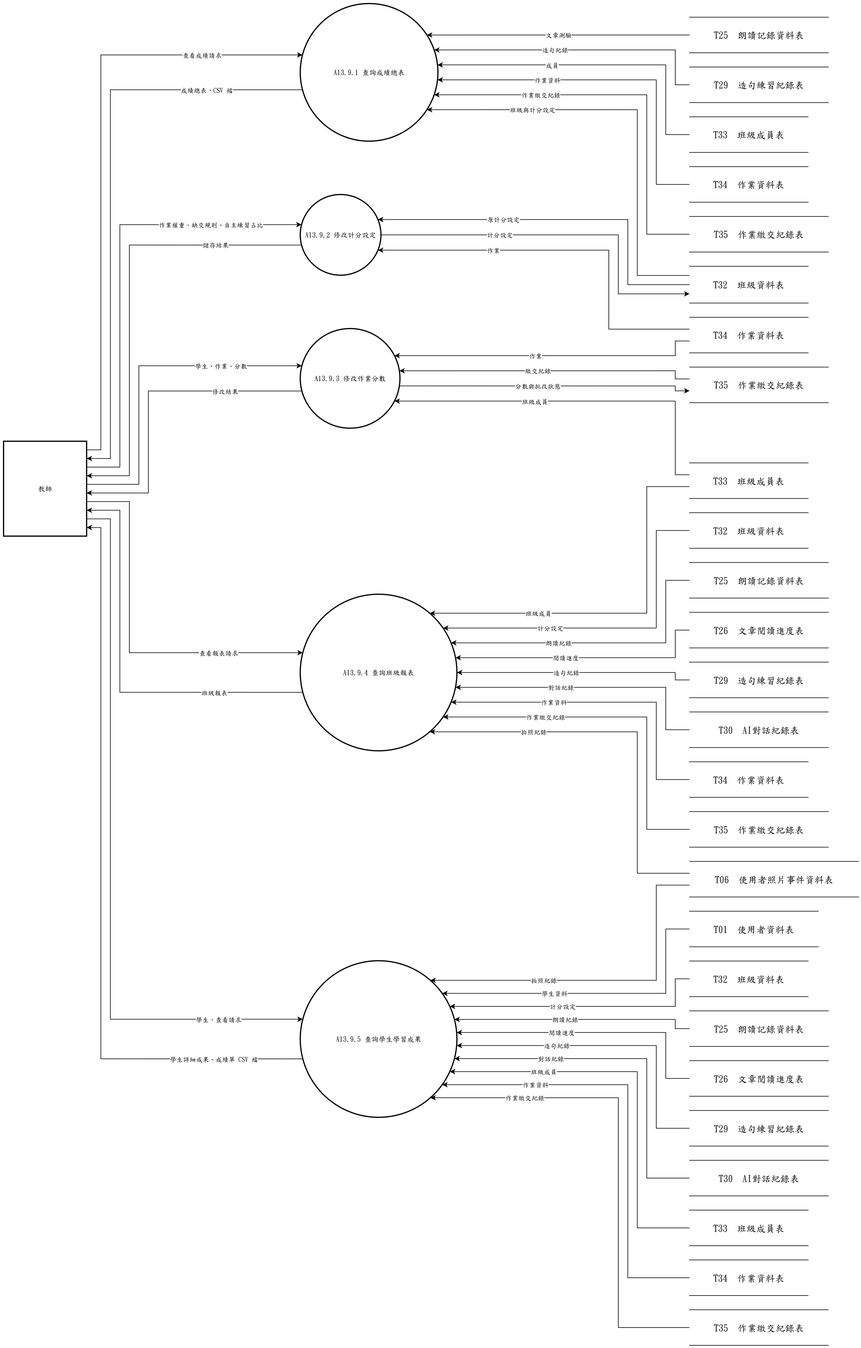
Before: 系統文件/第6章/DFD圖/圖13/圖13-9.drawio.png, a diagram exported from draw.io (s22452007/115502). Source tidied: cells renumbered, new cells last; positions are measured from the earlier drawing's top-left corner, leaving out a move shared by most shapes.
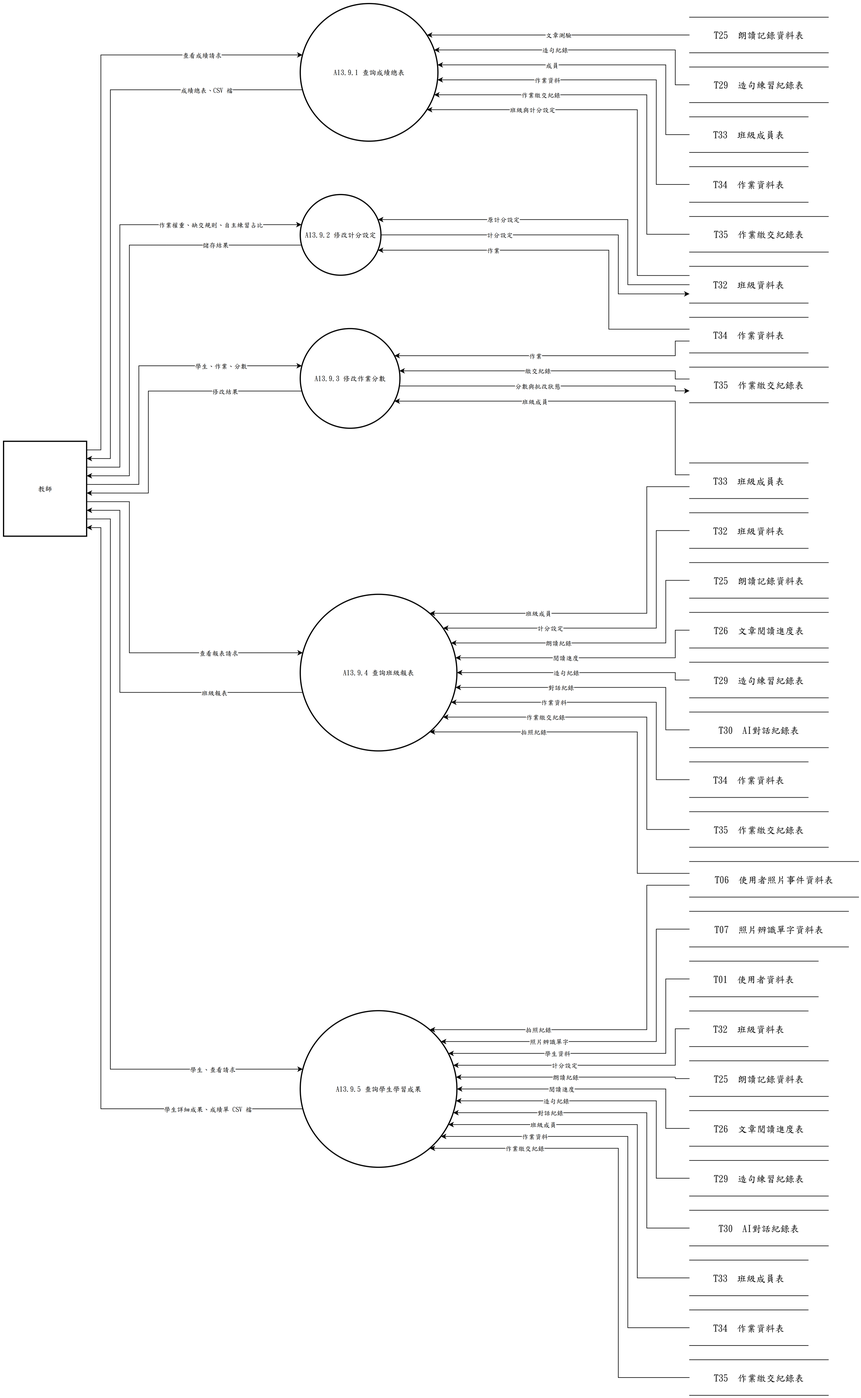
The same diagram one commit later.

Change to the diagram source:
```diff
@@ -15,7 +15,7 @@
       <mxGeometry x="500" y="996" width="264" height="264" as="geometry" />
     </mxCell>
     <mxCell id="6" value="A13.9.5 查詢學生學習成果" style="ellipse;strokeWidth=2;whiteSpace=wrap;html=1;fontFamily=標楷體;" parent="1" vertex="1">
-      <mxGeometry x="500" y="1614" width="264" height="264" as="geometry" />
+      <mxGeometry x="500" y="1698" width="264" height="264" as="geometry" />
     </mxCell>
     <mxCell id="7" value="教師" style="whiteSpace=wrap;strokeWidth=2;html=1;fontFamily=標楷體;" parent="1" vertex="1">
       <mxGeometry y="738" width="140" height="160" as="geometry" />
@@ -42,7 +42,7 @@
       <mxGeometry x="1156" y="443" width="200" height="62" as="geometry" />
     </mxCell>
     <mxCell id="15" value="T32  班級資料表" style="shape=partialRectangle;whiteSpace=wrap;html=1;left=0;right=0;fontFamily=標楷體;fontSize=16;" parent="1" vertex="1">
-      <mxGeometry x="1156" y="1614.5" width="200" height="60" as="geometry" />
+      <mxGeometry x="1156" y="1698.5" width="200" height="60" as="geometry" />
     </mxCell>
     <mxCell id="16" value="T32  班級資料表" style="shape=partialRectangle;whiteSpace=wrap;html=1;left=0;right=0;fontFamily=標楷體;fontSize=16;" parent="1" vertex="1">
       <mxGeometry x="1156" y="858.5" width="200" height="60" as="geometry" />
@@ -60,7 +60,7 @@
       <mxGeometry x="1156" y="942.5" width="234" height="60" as="geometry" />
     </mxCell>
     <mxCell id="21" value="T26  文章閱讀進度表" style="shape=partialRectangle;whiteSpace=wrap;html=1;left=0;right=0;fontFamily=標楷體;fontSize=16;" parent="1" vertex="1">
-      <mxGeometry x="1156" y="1782.5" width="234" height="60" as="geometry" />
+      <mxGeometry x="1156" y="1866.5" width="234" height="60" as="geometry" />
     </mxCell>
     <mxCell id="22" value="T29  造句練習紀錄表" style="shape=partialRectangle;whiteSpace=wrap;html=1;left=0;right=0;fontFamily=標楷體;fontSize=16;" parent="1" vertex="1">
       <mxGeometry x="1156" y="1110.5" width="234" height="60" as="geometry" />
@@ -69,7 +69,7 @@
       <mxGeometry x="1156" y="1194.5" width="234" height="60" as="geometry" />
     </mxCell>
     <mxCell id="24" value="T30  AI對話紀錄表" style="shape=partialRectangle;whiteSpace=wrap;html=1;left=0;right=0;fontFamily=標楷體;fontSize=16;" parent="1" vertex="1">
-      <mxGeometry x="1156" y="1950.5" width="234" height="60" as="geometry" />
+      <mxGeometry x="1156" y="2034.5" width="234" height="60" as="geometry" />
     </mxCell>
     <mxCell id="25" value="T34  作業資料表" style="shape=partialRectangle;whiteSpace=wrap;html=1;left=0;right=0;fontFamily=標楷體;fontSize=16;" parent="1" vertex="1">
       <mxGeometry x="1156" y="1278.5" width="200" height="60" as="geometry" />
@@ -80,23 +80,26 @@
     <mxCell id="27" value="T06  使用者照片事件資料表" style="shape=partialRectangle;whiteSpace=wrap;html=1;left=0;right=0;fontFamily=標楷體;fontSize=16;" parent="1" vertex="1">
       <mxGeometry x="1156" y="1446.5" width="285" height="60" as="geometry" />
     </mxCell>
+    <mxCell id="118" value="T07  照片辨識單字資料表" style="shape=partialRectangle;whiteSpace=wrap;html=1;left=0;right=0;fontFamily=標楷體;fontSize=16;" parent="1" vertex="1">
+      <mxGeometry x="1156" y="1530.5" width="268" height="60" as="geometry" />
+    </mxCell>
     <mxCell id="28" value="T01  使用者資料表" style="shape=partialRectangle;whiteSpace=wrap;html=1;left=0;right=0;fontFamily=標楷體;fontSize=16;" parent="1" vertex="1">
-      <mxGeometry x="1156" y="1530.5" width="217" height="60" as="geometry" />
+      <mxGeometry x="1156" y="1614.5" width="217" height="60" as="geometry" />
     </mxCell>
     <mxCell id="29" value="T25  朗讀記錄資料表" style="shape=partialRectangle;whiteSpace=wrap;html=1;left=0;right=0;fontFamily=標楷體;fontSize=16;" parent="1" vertex="1">
-      <mxGeometry x="1156" y="1698.5" width="234" height="60" as="geometry" />
+      <mxGeometry x="1156" y="1782.5" width="234" height="60" as="geometry" />
     </mxCell>
     <mxCell id="30" value="T29  造句練習紀錄表" style="shape=partialRectangle;whiteSpace=wrap;html=1;left=0;right=0;fontFamily=標楷體;fontSize=16;" parent="1" vertex="1">
-      <mxGeometry x="1156" y="1866.5" width="234" height="60" as="geometry" />
+      <mxGeometry x="1156" y="1950.5" width="234" height="60" as="geometry" />
     </mxCell>
     <mxCell id="31" value="T33  班級成員表" style="shape=partialRectangle;whiteSpace=wrap;html=1;left=0;right=0;fontFamily=標楷體;fontSize=16;" parent="1" vertex="1">
-      <mxGeometry x="1156" y="2034.5" width="200" height="60" as="geometry" />
+      <mxGeometry x="1156" y="2118.5" width="200" height="60" as="geometry" />
     </mxCell>
     <mxCell id="32" value="T34  作業資料表" style="shape=partialRectangle;whiteSpace=wrap;html=1;left=0;right=0;fontFamily=標楷體;fontSize=16;" parent="1" vertex="1">
-      <mxGeometry x="1156" y="2118.5" width="200" height="60" as="geometry" />
+      <mxGeometry x="1156" y="2202.5" width="200" height="60" as="geometry" />
     </mxCell>
     <mxCell id="33" value="T35  作業繳交紀錄表" style="shape=partialRectangle;whiteSpace=wrap;html=1;left=0;right=0;fontFamily=標楷體;fontSize=16;" parent="1" vertex="1">
-      <mxGeometry x="1156" y="2202.5" width="234" height="60" as="geometry" />
+      <mxGeometry x="1156" y="2286.5" width="234" height="60" as="geometry" />
     </mxCell>
     <mxCell id="34" style="edgeStyle=none;rounded=0;html=1;fontFamily=標楷體;endArrow=classic;exitX=1.0000;exitY=0.0909;exitDx=0;exitDy=0;exitPerimeter=0;entryX=0.0163;entryY=0.3733;entryDx=0;entryDy=0;entryPerimeter=0;" parent="1" edge="1" source="7" target="2">
       <mxGeometry relative="1" as="geometry">
@@ -405,94 +408,94 @@
       <mxGeometry relative="1" as="geometry">
         <Array as="points">
           <mxPoint x="180" y="868.9" />
-          <mxPoint x="180" y="1712.6" />
+          <mxPoint x="180" y="1796.6" />
         </Array>
       </mxGeometry>
     </mxCell>
     <mxCell id="91" value="學生、查看請求" style="edgeLabel;html=1;align=center;verticalAlign=middle;fontFamily=標楷體;" parent="90" vertex="1">
       <mxGeometry x="0.76" relative="1" as="geometry" />
     </mxCell>
-    <mxCell id="92" style="edgeStyle=none;rounded=0;html=1;fontFamily=標楷體;endArrow=classic;exitX=0.0000;exitY=0.5000;exitDx=0;exitDy=0;exitPerimeter=0;entryX=0.9545;entryY=0.7083;entryDx=0;entryDy=0;entryPerimeter=0;" parent="1" edge="1" source="31" target="6">
+    <mxCell id="92" style="edgeStyle=none;rounded=0;html=1;fontFamily=標楷體;endArrow=classic;exitX=0.0000;exitY=0.5000;exitDx=0;exitDy=0;exitPerimeter=0;entryX=0.9454;entryY=0.7273;entryDx=0;entryDy=0;entryPerimeter=0;" parent="1" edge="1" source="31" target="6">
       <mxGeometry relative="1" as="geometry">
         <Array as="points">
-          <mxPoint x="1068" y="2064.5" />
-          <mxPoint x="1068" y="1801" />
+          <mxPoint x="1068" y="2148.5" />
+          <mxPoint x="1068" y="1890" />
         </Array>
       </mxGeometry>
     </mxCell>
     <mxCell id="93" value="班級成員" style="edgeLabel;html=1;align=center;verticalAlign=middle;fontFamily=標楷體;" parent="92" vertex="1">
-      <mxGeometry x="0.53" relative="1" as="geometry" />
+      <mxGeometry x="0.52" relative="1" as="geometry" />
     </mxCell>
-    <mxCell id="94" style="edgeStyle=none;rounded=0;html=1;fontFamily=標楷體;endArrow=classic;exitX=0.0000;exitY=0.5000;exitDx=0;exitDy=0;exitPerimeter=0;entryX=0.9061;entryY=0.7917;entryDx=0;entryDy=0;entryPerimeter=0;" parent="1" edge="1" source="32" target="6">
+    <mxCell id="94" style="edgeStyle=none;rounded=0;html=1;fontFamily=標楷體;endArrow=classic;exitX=0.0000;exitY=0.5000;exitDx=0;exitDy=0;exitPerimeter=0;entryX=0.8977;entryY=0.8030;entryDx=0;entryDy=0;entryPerimeter=0;" parent="1" edge="1" source="32" target="6">
       <mxGeometry relative="1" as="geometry">
         <Array as="points">
-          <mxPoint x="1052" y="2148.5" />
-          <mxPoint x="1052" y="1823" />
+          <mxPoint x="1052" y="2232.5" />
+          <mxPoint x="1052" y="1910" />
         </Array>
       </mxGeometry>
     </mxCell>
     <mxCell id="95" value="作業資料" style="edgeLabel;html=1;align=center;verticalAlign=middle;fontFamily=標楷體;" parent="94" vertex="1">
-      <mxGeometry x="0.58" relative="1" as="geometry" />
+      <mxGeometry x="0.57" relative="1" as="geometry" />
     </mxCell>
-    <mxCell id="96" style="edgeStyle=none;rounded=0;html=1;fontFamily=標楷體;endArrow=classic;exitX=0.0000;exitY=0.5000;exitDx=0;exitDy=0;exitPerimeter=0;entryX=0.8307;entryY=0.8750;entryDx=0;entryDy=0;entryPerimeter=0;" parent="1" edge="1" source="33" target="6">
+    <mxCell id="96" style="edgeStyle=none;rounded=0;html=1;fontFamily=標楷體;endArrow=classic;exitX=0.0000;exitY=0.5000;exitDx=0;exitDy=0;exitPerimeter=0;entryX=0.8264;entryY=0.8788;entryDx=0;entryDy=0;entryPerimeter=0;" parent="1" edge="1" source="33" target="6">
       <mxGeometry relative="1" as="geometry">
         <Array as="points">
-          <mxPoint x="1036" y="2232.5" />
-          <mxPoint x="1036" y="1845" />
+          <mxPoint x="1036" y="2316.5" />
+          <mxPoint x="1036" y="1930" />
         </Array>
       </mxGeometry>
     </mxCell>
     <mxCell id="97" value="作業繳交紀錄" style="edgeLabel;html=1;align=center;verticalAlign=middle;fontFamily=標楷體;" parent="96" vertex="1">
-      <mxGeometry x="0.62" relative="1" as="geometry" />
+      <mxGeometry x="0.61" relative="1" as="geometry" />
     </mxCell>
-    <mxCell id="98" style="edgeStyle=none;rounded=0;html=1;fontFamily=標楷體;endArrow=classic;exitX=0.0000;exitY=0.5000;exitDx=0;exitDy=0;exitPerimeter=0;entryX=0.9983;entryY=0.5417;entryDx=0;entryDy=0;entryPerimeter=0;" parent="1" edge="1" source="30" target="6">
+    <mxCell id="98" style="edgeStyle=none;rounded=0;html=1;fontFamily=標楷體;endArrow=classic;exitX=0.0000;exitY=0.5000;exitDx=0;exitDy=0;exitPerimeter=0;entryX=0.9942;entryY=0.5758;entryDx=0;entryDy=0;entryPerimeter=0;" parent="1" edge="1" source="30" target="6">
       <mxGeometry relative="1" as="geometry">
         <Array as="points">
-          <mxPoint x="1100" y="1896.5" />
-          <mxPoint x="1100" y="1757" />
+          <mxPoint x="1100" y="1980.5" />
+          <mxPoint x="1100" y="1850" />
         </Array>
       </mxGeometry>
     </mxCell>
     <mxCell id="99" value="造句紀錄" style="edgeLabel;html=1;align=center;verticalAlign=middle;fontFamily=標楷體;" parent="98" vertex="1">
-      <mxGeometry x="0.37" relative="1" as="geometry" />
+      <mxGeometry x="0.36" relative="1" as="geometry" />
     </mxCell>
-    <mxCell id="100" style="edgeStyle=none;rounded=0;html=1;fontFamily=標楷體;endArrow=classic;exitX=0.0000;exitY=0.5000;exitDx=0;exitDy=0;exitPerimeter=0;entryX=0.9841;entryY=0.3750;entryDx=0;entryDy=0;entryPerimeter=0;" parent="1" edge="1" source="29" target="6">
+    <mxCell id="100" style="edgeStyle=none;rounded=0;html=1;fontFamily=標楷體;endArrow=classic;exitX=0.0000;exitY=0.5000;exitDx=0;exitDy=0;exitPerimeter=0;entryX=0.9942;entryY=0.4242;entryDx=0;entryDy=0;entryPerimeter=0;" parent="1" edge="1" source="29" target="6">
       <mxGeometry relative="1" as="geometry">
         <Array as="points">
-          <mxPoint x="1132" y="1728.5" />
-          <mxPoint x="1132" y="1713" />
+          <mxPoint x="1132" y="1812.5" />
+          <mxPoint x="1132" y="1810" />
         </Array>
       </mxGeometry>
     </mxCell>
     <mxCell id="101" value="朗讀紀錄" style="edgeLabel;html=1;align=center;verticalAlign=middle;fontFamily=標楷體;" parent="100" vertex="1">
-      <mxGeometry x="0.1" relative="1" as="geometry" />
+      <mxGeometry x="0.07" relative="1" as="geometry" />
     </mxCell>
-    <mxCell id="102" style="edgeStyle=none;rounded=0;html=1;fontFamily=標楷體;endArrow=classic;exitX=0.0000;exitY=0.6667;exitDx=0;exitDy=0;exitPerimeter=0;entryX=0.8307;entryY=0.1250;entryDx=0;entryDy=0;entryPerimeter=0;" parent="1" edge="1" source="27" target="6">
+    <mxCell id="102" style="edgeStyle=none;rounded=0;html=1;fontFamily=標楷體;endArrow=classic;exitX=0.0000;exitY=0.6667;exitDx=0;exitDy=0;exitPerimeter=0;entryX=0.8264;entryY=0.1212;entryDx=0;entryDy=0;entryPerimeter=0;" parent="1" edge="1" source="27" target="6">
       <mxGeometry relative="1" as="geometry">
         <Array as="points">
-          <mxPoint x="1100" y="1486.5" />
-          <mxPoint x="1100" y="1647" />
+          <mxPoint x="1084" y="1486.5" />
+          <mxPoint x="1084" y="1730" />
         </Array>
       </mxGeometry>
     </mxCell>
     <mxCell id="103" value="拍照紀錄" style="edgeLabel;html=1;align=center;verticalAlign=middle;fontFamily=標楷體;" parent="102" vertex="1">
-      <mxGeometry x="0.36" relative="1" as="geometry" />
+      <mxGeometry x="0.46" relative="1" as="geometry" />
     </mxCell>
-    <mxCell id="104" style="edgeStyle=none;rounded=0;html=1;fontFamily=標楷體;endArrow=classic;exitX=0.0000;exitY=0.5000;exitDx=0;exitDy=0;exitPerimeter=0;entryX=0.9061;entryY=0.2083;entryDx=0;entryDy=0;entryPerimeter=0;" parent="1" edge="1" source="28" target="6">
+    <mxCell id="104" style="edgeStyle=none;rounded=0;html=1;fontFamily=標楷體;endArrow=classic;exitX=0.0000;exitY=0.5000;exitDx=0;exitDy=0;exitPerimeter=0;entryX=0.9454;entryY=0.2727;entryDx=0;entryDy=0;entryPerimeter=0;" parent="1" edge="1" source="28" target="6">
       <mxGeometry relative="1" as="geometry">
         <Array as="points">
-          <mxPoint x="1116" y="1560.5" />
-          <mxPoint x="1116" y="1669" />
+          <mxPoint x="1116" y="1644.5" />
+          <mxPoint x="1116" y="1770" />
         </Array>
       </mxGeometry>
     </mxCell>
     <mxCell id="105" value="學生資料" style="edgeLabel;html=1;align=center;verticalAlign=middle;fontFamily=標楷體;" parent="104" vertex="1">
-      <mxGeometry x="0.28" relative="1" as="geometry" />
+      <mxGeometry x="0.31" relative="1" as="geometry" />
     </mxCell>
     <mxCell id="106" style="edgeStyle=none;rounded=0;html=1;fontFamily=標楷體;endArrow=classic;exitX=0.0163;exitY=0.6267;exitDx=0;exitDy=0;exitPerimeter=0;entryX=1.0000;entryY=0.9091;entryDx=0;entryDy=0;entryPerimeter=0;" parent="1" edge="1" source="6" target="7">
       <mxGeometry relative="1" as="geometry">
         <Array as="points">
-          <mxPoint x="164" y="1779.4" />
+          <mxPoint x="164" y="1863.4" />
           <mxPoint x="164" y="883.5" />
         </Array>
       </mxGeometry>
@@ -522,38 +525,49 @@
     <mxCell id="111" value="閱讀進度" style="edgeLabel;html=1;align=center;verticalAlign=middle;fontFamily=標楷體;" parent="110" vertex="1">
       <mxGeometry x="0.16" relative="1" as="geometry" />
     </mxCell>
-    <mxCell id="112" style="edgeStyle=none;rounded=0;html=1;fontFamily=標楷體;endArrow=classic;exitX=0.0000;exitY=0.5000;exitDx=0;exitDy=0;exitPerimeter=0;entryX=0.9545;entryY=0.2917;entryDx=0;entryDy=0;entryPerimeter=0;" parent="1" edge="1" source="15" target="6">
+    <mxCell id="112" style="edgeStyle=none;rounded=0;html=1;fontFamily=標楷體;endArrow=classic;exitX=0.0000;exitY=0.5000;exitDx=0;exitDy=0;exitPerimeter=0;entryX=0.9765;entryY=0.3485;entryDx=0;entryDy=0;entryPerimeter=0;" parent="1" edge="1" source="15" target="6">
       <mxGeometry relative="1" as="geometry">
         <Array as="points">
-          <mxPoint x="1132" y="1644.5" />
-          <mxPoint x="1132" y="1691" />
+          <mxPoint x="1132" y="1728.5" />
+          <mxPoint x="1132" y="1790" />
         </Array>
       </mxGeometry>
     </mxCell>
     <mxCell id="113" value="計分設定" style="edgeLabel;html=1;align=center;verticalAlign=middle;fontFamily=標楷體;" parent="112" vertex="1">
-      <mxGeometry x="0.16" relative="1" as="geometry" />
+      <mxGeometry x="0.19" relative="1" as="geometry" />
     </mxCell>
-    <mxCell id="114" style="edgeStyle=none;rounded=0;html=1;fontFamily=標楷體;endArrow=classic;exitX=0.0000;exitY=0.5000;exitDx=0;exitDy=0;exitPerimeter=0;entryX=0.9983;entryY=0.4583;entryDx=0;entryDy=0;entryPerimeter=0;" parent="1" edge="1" source="21" target="6">
+    <mxCell id="114" style="edgeStyle=none;rounded=0;html=1;fontFamily=標楷體;endArrow=classic;exitX=0.0000;exitY=0.5000;exitDx=0;exitDy=0;exitPerimeter=0;entryX=1.0000;entryY=0.5000;entryDx=0;entryDy=0;entryPerimeter=0;" parent="1" edge="1" source="21" target="6">
       <mxGeometry relative="1" as="geometry">
         <Array as="points">
-          <mxPoint x="1116" y="1812.5" />
-          <mxPoint x="1116" y="1735" />
+          <mxPoint x="1116" y="1896.5" />
+          <mxPoint x="1116" y="1830" />
         </Array>
       </mxGeometry>
     </mxCell>
     <mxCell id="115" value="閱讀進度" style="edgeLabel;html=1;align=center;verticalAlign=middle;fontFamily=標楷體;" parent="114" vertex="1">
-      <mxGeometry x="0.25" relative="1" as="geometry" />
+      <mxGeometry x="0.23" relative="1" as="geometry" />
     </mxCell>
-    <mxCell id="116" style="edgeStyle=none;rounded=0;html=1;fontFamily=標楷體;endArrow=classic;exitX=0.0000;exitY=0.5000;exitDx=0;exitDy=0;exitPerimeter=0;entryX=0.9841;entryY=0.6250;entryDx=0;entryDy=0;entryPerimeter=0;" parent="1" edge="1" source="24" target="6">
+    <mxCell id="116" style="edgeStyle=none;rounded=0;html=1;fontFamily=標楷體;endArrow=classic;exitX=0.0000;exitY=0.5000;exitDx=0;exitDy=0;exitPerimeter=0;entryX=0.9765;entryY=0.6515;entryDx=0;entryDy=0;entryPerimeter=0;" parent="1" edge="1" source="24" target="6">
       <mxGeometry relative="1" as="geometry">
         <Array as="points">
-          <mxPoint x="1084" y="1980.5" />
-          <mxPoint x="1084" y="1779" />
+          <mxPoint x="1084" y="2064.5" />
+          <mxPoint x="1084" y="1870" />
         </Array>
       </mxGeometry>
     </mxCell>
     <mxCell id="117" value="對話紀錄" style="edgeLabel;html=1;align=center;verticalAlign=middle;fontFamily=標楷體;" parent="116" vertex="1">
-      <mxGeometry x="0.46" relative="1" as="geometry" />
+      <mxGeometry x="0.45" relative="1" as="geometry" />
     </mxCell>
+    <mxCell id="119" style="edgeStyle=none;rounded=0;html=1;fontFamily=標楷體;endArrow=classic;exitX=0.0000;exitY=0.5000;exitDx=0;exitDy=0;exitPerimeter=0;entryX=0.8977;entryY=0.1970;entryDx=0;entryDy=0;entryPerimeter=0;" parent="1" edge="1" source="118" target="6">
+      <mxGeometry relative="1" as="geometry">
+        <Array as="points">
+          <mxPoint x="1100" y="1560.5" />
+          <mxPoint x="1100" y="1750" />
+        </Array>
+      </mxGeometry>
+    </mxCell>
+    <mxCell id="120" value="照片辨識單字" style="edgeLabel;html=1;align=center;verticalAlign=middle;fontFamily=標楷體;" parent="119" vertex="1">
+      <mxGeometry x="0.4" relative="1" as="geometry" />
+    </mxCell>
   </root>
 </mxGraphModel>
```
